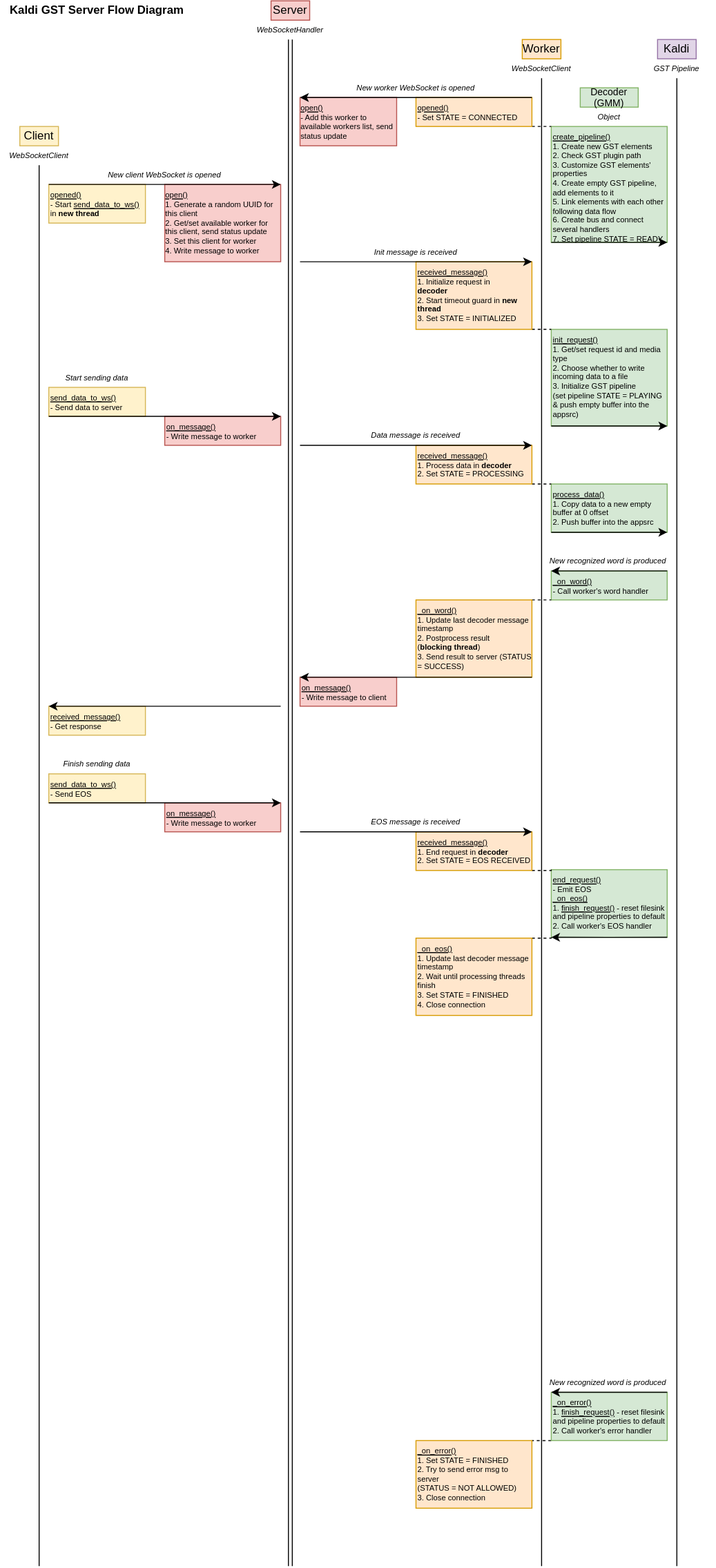
The draw.io diagram drawio/kaldi-gst-server-flow.svg in alkazap/kaldi-gstreamer-server, before a commit. Source tidied: cells renumbered, new cells last; positions are measured from the earlier drawing's top-left corner, leaving out a move shared by most shapes.
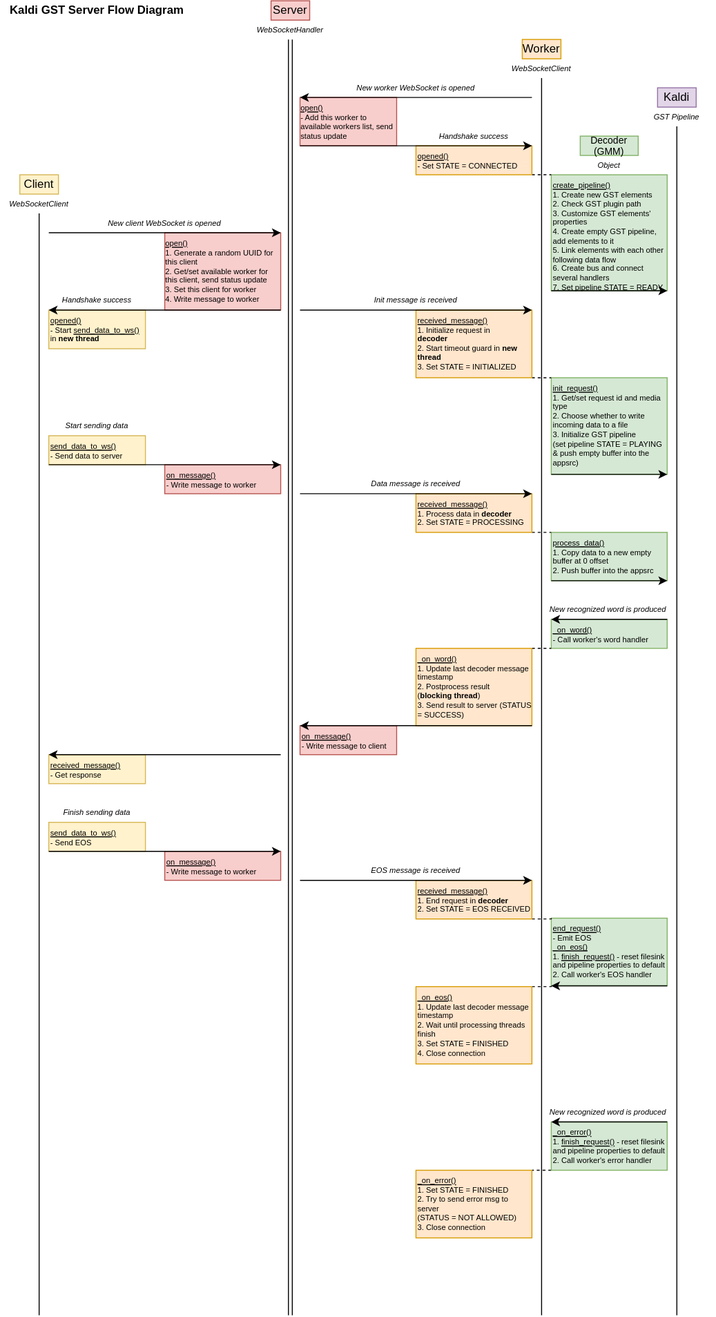
Above is the later version.

The edit, as a diff of the source:
```diff
@@ -3,7 +3,7 @@
     <mxCell id="0" />
     <mxCell id="1" parent="0" />
     <mxCell id="2" value="&lt;span style=&quot;white-space: nowrap&quot;&gt;New worker WebSocket is opened&lt;/span&gt;" style="text;html=1;strokeColor=none;fillColor=none;align=center;verticalAlign=middle;whiteSpace=wrap;rounded=0;fontSize=8;fontStyle=2;" parent="1" vertex="1">
-      <mxGeometry x="310" y="80" width="240" height="20" as="geometry" />
+      <mxGeometry x="310" y="30" width="240" height="20" as="geometry" />
     </mxCell>
     <mxCell id="3" value="&lt;span style=&quot;white-space: nowrap&quot;&gt;New client WebSocket is opened&lt;/span&gt;" style="text;html=1;strokeColor=none;fillColor=none;align=center;verticalAlign=middle;whiteSpace=wrap;rounded=0;fontSize=8;fontStyle=2;" parent="1" vertex="1">
       <mxGeometry x="50" y="170" width="240" height="20" as="geometry" />
@@ -39,55 +39,54 @@
       <mxGeometry x="50" y="730" width="100" height="30" as="geometry" />
     </mxCell>
     <mxCell id="14" value="&lt;div style=&quot;font-size: 8px&quot;&gt;&lt;span style=&quot;font-size: 8px&quot;&gt;&lt;u&gt;opened()&lt;/u&gt;&lt;/span&gt;&lt;/div&gt;&lt;div style=&quot;font-size: 8px&quot;&gt;&lt;span style=&quot;font-size: 8px&quot;&gt;- Start &lt;u&gt;send_data_to_ws()&lt;/u&gt; in &lt;b&gt;new thread&lt;/b&gt;&lt;/span&gt;&lt;/div&gt;" style="text;html=1;strokeColor=#d6b656;fillColor=#fff2cc;align=left;verticalAlign=top;whiteSpace=wrap;rounded=0;fontSize=8;fontStyle=0;" parent="1" vertex="1">
-      <mxGeometry x="50" y="190" width="100" height="40" as="geometry" />
+      <mxGeometry x="50" y="270" width="100" height="40" as="geometry" />
     </mxCell>
     <mxCell id="15" value="&lt;div style=&quot;font-size: 8px&quot;&gt;&lt;span style=&quot;font-size: 8px&quot;&gt;&lt;u&gt;on_message()&lt;/u&gt;&lt;/span&gt;&lt;/div&gt;&lt;font style=&quot;font-size: 8px&quot;&gt;- Write&lt;span&gt;&amp;nbsp;message to worker&lt;/span&gt;&lt;br&gt;&lt;/font&gt;" style="text;html=1;strokeColor=#b85450;fillColor=#f8cecc;align=left;verticalAlign=top;whiteSpace=wrap;rounded=0;fontSize=8;" parent="1" vertex="1">
       <mxGeometry x="170" y="430" width="120" height="30" as="geometry" />
     </mxCell>
     <mxCell id="16" style="shape=link;html=1;startArrow=none;startFill=0;endArrow=classic;endFill=1;strokeWidth=1;fontSize=12;entryX=0.5;entryY=1;entryDx=0;entryDy=0;" parent="1" edge="1" target="28">
       <mxGeometry relative="1" as="geometry">
-        <mxPoint x="300" y="1620" as="sourcePoint" />
+        <mxPoint x="300" y="1310" as="sourcePoint" />
       </mxGeometry>
     </mxCell>
     <mxCell id="17" value="Server" style="text;html=1;strokeColor=#b85450;fillColor=#f8cecc;align=center;verticalAlign=middle;whiteSpace=wrap;rounded=0;strokeWidth=1;" parent="1" vertex="1">
-      <mxGeometry x="280" width="40" height="20" as="geometry" />
+      <mxGeometry x="280" y="-50" width="40" height="20" as="geometry" />
     </mxCell>
     <mxCell id="18" value="Worker" style="text;html=1;strokeColor=#d79b00;fillColor=#ffe6cc;align=center;verticalAlign=middle;whiteSpace=wrap;rounded=0;strokeWidth=1;" parent="1" vertex="1">
-      <mxGeometry x="540" y="40" width="40" height="20" as="geometry" />
+      <mxGeometry x="540" y="-10" width="40" height="20" as="geometry" />
     </mxCell>
     <mxCell id="19" value="Client" style="text;html=1;align=center;verticalAlign=middle;whiteSpace=wrap;rounded=0;strokeColor=#d6b656;strokeWidth=1;fillColor=#fff2cc;" parent="1" vertex="1">
       <mxGeometry x="20" y="130" width="40" height="20" as="geometry" />
     </mxCell>
     <mxCell id="20" style="endArrow=none;html=1;strokeWidth=1;fontSize=12;entryX=0.5;entryY=1;entryDx=0;entryDy=0;" parent="1" edge="1" target="26">
       <mxGeometry relative="1" as="geometry">
-        <mxPoint x="40" y="1620" as="sourcePoint" />
+        <mxPoint x="40" y="1310" as="sourcePoint" />
       </mxGeometry>
     </mxCell>
     <mxCell id="21" style="endArrow=none;html=1;strokeWidth=1;fontSize=12;entryX=0.5;entryY=1;entryDx=0;entryDy=0;" parent="1" edge="1" target="27">
       <mxGeometry relative="1" as="geometry">
-        <mxPoint x="560" y="1620" as="sourcePoint" />
+        <mxPoint x="560" y="1310" as="sourcePoint" />
       </mxGeometry>
     </mxCell>
     <mxCell id="22" value="&lt;div style=&quot;text-align: left ; font-size: 8px&quot;&gt;&lt;span style=&quot;font-size: 8px&quot;&gt;&lt;u&gt;open()&lt;/u&gt;&lt;/span&gt;&lt;/div&gt;&lt;font style=&quot;font-size: 8px&quot;&gt;&lt;div style=&quot;text-align: left ; font-size: 8px&quot;&gt;&lt;span style=&quot;font-size: 8px&quot;&gt;1. Generate a random UUID for this client&lt;/span&gt;&lt;/div&gt;&lt;div style=&quot;text-align: left ; font-size: 8px&quot;&gt;&lt;span style=&quot;font-size: 8px&quot;&gt;2. Get/set available worker for this&amp;nbsp;&lt;/span&gt;&lt;span&gt;client, send status update&lt;/span&gt;&lt;/div&gt;&lt;div style=&quot;text-align: left ; font-size: 8px&quot;&gt;&lt;span style=&quot;font-size: 8px&quot;&gt;3. Set this client for worker&lt;/span&gt;&lt;/div&gt;&lt;div style=&quot;text-align: left ; font-size: 8px&quot;&gt;&lt;span style=&quot;font-size: 8px&quot;&gt;4. Write message to worker&lt;/span&gt;&lt;/div&gt;&lt;/font&gt;" style="text;html=1;strokeColor=#b85450;fillColor=#f8cecc;align=center;verticalAlign=top;whiteSpace=wrap;rounded=0;fontSize=8;fontStyle=0;" parent="1" vertex="1">
       <mxGeometry x="170" y="190" width="120" height="80" as="geometry" />
     </mxCell>
     <mxCell id="23" value="&lt;div style=&quot;text-align: left ; font-size: 8px&quot;&gt;&lt;span style=&quot;font-size: 8px&quot;&gt;&lt;u&gt;open()&lt;/u&gt;&lt;/span&gt;&lt;/div&gt;&lt;font style=&quot;font-size: 8px&quot;&gt;&lt;div style=&quot;text-align: left ; font-size: 8px&quot;&gt;&lt;span style=&quot;font-size: 8px&quot;&gt;- Add this worker to available workers list, send status update&lt;/span&gt;&lt;/div&gt;&lt;/font&gt;" style="text;html=1;strokeColor=#b85450;fillColor=#f8cecc;align=center;verticalAlign=top;whiteSpace=wrap;rounded=0;fontSize=8;" parent="1" vertex="1">
-      <mxGeometry x="310" y="100" width="100" height="50" as="geometry" />
+      <mxGeometry x="310" y="50" width="100" height="50" as="geometry" />
     </mxCell>
-    <mxCell id="24" style="endArrow=classic;html=1;strokeWidth=1;fontSize=8;entryX=0;entryY=0;entryDx=0;entryDy=0;exitX=1;exitY=0;exitDx=0;exitDy=0;" parent="1" edge="1" source="8" target="23">
-      <mxGeometry relative="1" as="geometry" />
+    <mxCell id="24" style="endArrow=classic;html=1;strokeWidth=1;fontSize=8;entryX=0;entryY=0;entryDx=0;entryDy=0;exitX=1;exitY=0;exitDx=0;exitDy=0;" parent="1" edge="1" target="23">
+      <mxGeometry relative="1" as="geometry">
+        <mxPoint x="550" y="50" as="sourcePoint" />
+      </mxGeometry>
     </mxCell>
-    <mxCell id="25" style="endArrow=classic;html=1;strokeWidth=1;fontSize=8;entryX=1;entryY=0;entryDx=0;entryDy=0;exitX=0;exitY=0;exitDx=0;exitDy=0;" parent="1" edge="1" source="14" target="22">
-      <mxGeometry relative="1" as="geometry" />
-    </mxCell>
     <mxCell id="26" value="&lt;span style=&quot;white-space: nowrap&quot;&gt;WebSocketClient&lt;/span&gt;" style="text;html=1;strokeColor=none;fillColor=none;align=center;verticalAlign=middle;whiteSpace=wrap;rounded=0;fontSize=8;fontStyle=2;" parent="1" vertex="1">
       <mxGeometry y="150" width="80" height="20" as="geometry" />
     </mxCell>
     <mxCell id="27" value="&lt;span style=&quot;white-space: nowrap&quot;&gt;WebSocketClient&lt;/span&gt;" style="text;html=1;strokeColor=none;fillColor=none;align=center;verticalAlign=middle;whiteSpace=wrap;rounded=0;fontSize=8;fontStyle=2;" parent="1" vertex="1">
-      <mxGeometry x="520" y="60" width="80" height="20" as="geometry" />
+      <mxGeometry x="520" y="10" width="80" height="20" as="geometry" />
     </mxCell>
     <mxCell id="28" value="&lt;span style=&quot;white-space: nowrap&quot;&gt;WebSocketHandler&lt;/span&gt;" style="text;html=1;strokeColor=none;fillColor=none;align=center;verticalAlign=middle;whiteSpace=wrap;rounded=0;fontSize=8;fontStyle=2;" parent="1" vertex="1">
-      <mxGeometry x="260" y="20" width="80" height="20" as="geometry" />
+      <mxGeometry x="260" y="-30" width="80" height="20" as="geometry" />
     </mxCell>
     <mxCell id="29" value="&lt;div style=&quot;font-size: 8px&quot;&gt;&lt;span style=&quot;font-size: 8px&quot;&gt;&lt;u&gt;on_message()&lt;/u&gt;&lt;/span&gt;&lt;/div&gt;&lt;font style=&quot;font-size: 8px&quot;&gt;- Write&lt;span&gt;&amp;nbsp;message to client&lt;/span&gt;&lt;br&gt;&lt;/font&gt;" style="text;html=1;strokeColor=#b85450;fillColor=#f8cecc;align=left;verticalAlign=top;whiteSpace=wrap;rounded=0;fontSize=8;" parent="1" vertex="1">
       <mxGeometry x="310" y="700" width="100" height="30" as="geometry" />
@@ -121,7 +120,7 @@
     </mxCell>
     <mxCell id="37" style="endArrow=none;html=1;strokeWidth=1;fontSize=12;entryX=0.5;entryY=1;entryDx=0;entryDy=0;" parent="1" edge="1" target="39">
       <mxGeometry relative="1" as="geometry">
-        <mxPoint x="700" y="1620" as="sourcePoint" />
+        <mxPoint x="700" y="1310" as="sourcePoint" />
       </mxGeometry>
     </mxCell>
     <mxCell id="38" value="Kaldi" style="text;html=1;strokeColor=#9673a6;fillColor=#e1d5e7;align=center;verticalAlign=middle;whiteSpace=wrap;rounded=0;strokeWidth=1;" parent="1" vertex="1">
@@ -173,7 +172,7 @@
       </mxGeometry>
     </mxCell>
     <mxCell id="49" value="Kaldi GST Server Flow Diagram" style="text;html=1;strokeColor=none;fillColor=none;align=center;verticalAlign=middle;whiteSpace=wrap;rounded=0;fontSize=12;fontStyle=1;" parent="1" vertex="1">
-      <mxGeometry width="200" height="20" as="geometry" />
+      <mxGeometry y="-50" width="200" height="20" as="geometry" />
     </mxCell>
     <mxCell id="50" value="&lt;div style=&quot;font-size: 8px&quot;&gt;&lt;span style=&quot;font-size: 8px&quot;&gt;&lt;u&gt;end_request()&lt;/u&gt;&lt;/span&gt;&lt;/div&gt;&lt;font style=&quot;font-size: 8px&quot;&gt;&lt;div style=&quot;font-size: 8px&quot;&gt;- Emit EOS&lt;/div&gt;&lt;div style=&quot;font-size: 8px&quot;&gt;&lt;u&gt;_on_eos()&lt;/u&gt;&lt;/div&gt;&lt;div style=&quot;font-size: 8px&quot;&gt;1.&amp;nbsp;&lt;u&gt;finish_request()&lt;/u&gt;&lt;span&gt; - reset filesink and pipeline properties to default&lt;/span&gt;&lt;/div&gt;&lt;div style=&quot;font-size: 8px&quot;&gt;2. Call worker's EOS handler&lt;/div&gt;&lt;div style=&quot;font-size: 8px&quot;&gt;&lt;br&gt;&lt;/div&gt;&lt;/font&gt;" style="text;html=1;strokeColor=#82b366;fillColor=#d5e8d4;align=left;verticalAlign=top;whiteSpace=wrap;rounded=0;fontSize=8;fontStyle=0;" parent="1" vertex="1">
       <mxGeometry x="570" y="899.2" width="120" height="70" as="geometry" />
@@ -225,20 +224,20 @@
       <mxGeometry relative="1" as="geometry" />
     </mxCell>
     <mxCell id="64" value="&lt;div style=&quot;font-size: 8px&quot;&gt;&lt;u&gt;_on_error()&lt;/u&gt;&lt;br&gt;&lt;/div&gt;&lt;font style=&quot;font-size: 8px&quot;&gt;&lt;div style=&quot;font-size: 8px&quot;&gt;1.&amp;nbsp;&lt;u&gt;finish_request()&lt;/u&gt;&lt;span&gt; - reset filesink and pipeline properties to default&lt;/span&gt;&lt;/div&gt;&lt;div style=&quot;font-size: 8px&quot;&gt;2. Call worker's error handler&lt;/div&gt;&lt;div style=&quot;font-size: 8px&quot;&gt;&lt;br&gt;&lt;/div&gt;&lt;/font&gt;" style="text;html=1;strokeColor=#82b366;fillColor=#d5e8d4;align=left;verticalAlign=top;whiteSpace=wrap;rounded=0;fontSize=8;fontStyle=0;" parent="1" vertex="1">
-      <mxGeometry x="570" y="1440" width="120" height="50" as="geometry" />
+      <mxGeometry x="570" y="1110" width="120" height="50" as="geometry" />
     </mxCell>
     <mxCell id="65" style="edgeStyle=orthogonalEdgeStyle;rounded=0;orthogonalLoop=1;jettySize=auto;html=1;exitX=1;exitY=0;exitDx=0;exitDy=0;entryX=0;entryY=0;entryDx=0;entryDy=0;endArrow=classic;endFill=1;fontSize=10;" parent="1" edge="1" source="64" target="64">
       <mxGeometry relative="1" as="geometry">
         <Array as="points">
-          <mxPoint x="690" y="1440" />
+          <mxPoint x="690" y="1110" />
         </Array>
       </mxGeometry>
     </mxCell>
     <mxCell id="66" value="&lt;div style=&quot;font-size: 8px&quot;&gt;&lt;span style=&quot;font-size: 8px&quot;&gt;&lt;u&gt;_on_error()&lt;/u&gt;&lt;/span&gt;&lt;/div&gt;&lt;font style=&quot;font-size: 8px&quot;&gt;&lt;div style=&quot;font-size: 8px&quot;&gt;1. Set STATE = FINISHED&lt;/div&gt;&lt;div style=&quot;font-size: 8px&quot;&gt;2. Try to send error msg to server&amp;nbsp;&lt;/div&gt;&lt;div style=&quot;font-size: 8px&quot;&gt;(STATUS = NOT ALLOWED)&lt;/div&gt;&lt;div style=&quot;font-size: 8px&quot;&gt;3. Close connection&lt;/div&gt;&lt;/font&gt;" style="text;html=1;strokeColor=#d79b00;fillColor=#ffe6cc;align=left;verticalAlign=top;whiteSpace=wrap;rounded=0;fontSize=8;fontStyle=0;" parent="1" vertex="1">
-      <mxGeometry x="430" y="1490" width="120" height="70" as="geometry" />
+      <mxGeometry x="430" y="1160" width="120" height="70" as="geometry" />
     </mxCell>
     <mxCell id="67" value="New recognized word is produced&amp;nbsp;" style="text;html=1;strokeColor=none;fillColor=none;align=center;verticalAlign=middle;whiteSpace=wrap;rounded=0;fontSize=8;fontStyle=2;" parent="1" vertex="1">
-      <mxGeometry x="560" y="1420" width="140" height="20" as="geometry" />
+      <mxGeometry x="560" y="1090" width="140" height="20" as="geometry" />
     </mxCell>
     <mxCell id="68" value="Finish sending data" style="text;html=1;strokeColor=none;fillColor=none;align=center;verticalAlign=middle;whiteSpace=wrap;rounded=0;fontSize=8;fontStyle=2;" parent="1" vertex="1">
       <mxGeometry x="50" y="780" width="100" height="20" as="geometry" />
@@ -246,5 +245,36 @@
     <mxCell id="69" value="Start sending data" style="text;html=1;strokeColor=none;fillColor=none;align=center;verticalAlign=middle;whiteSpace=wrap;rounded=0;fontSize=8;fontStyle=2;" parent="1" vertex="1">
       <mxGeometry x="50" y="380" width="100" height="20" as="geometry" />
     </mxCell>
+    <mxCell id="70" style="edgeStyle=orthogonalEdgeStyle;rounded=0;jettySize=auto;html=1;exitX=0;exitY=1;exitDx=0;exitDy=0;entryX=1;entryY=0;entryDx=0;entryDy=0;" parent="1" edge="1" source="23" target="8">
+      <mxGeometry relative="1" as="geometry">
+        <Array as="points">
+          <mxPoint x="500" y="100" />
+          <mxPoint x="500" y="100" />
+        </Array>
+      </mxGeometry>
+    </mxCell>
+    <mxCell id="71" style="edgeStyle=orthogonalEdgeStyle;rounded=0;jettySize=auto;html=1;exitX=1;exitY=1;exitDx=0;exitDy=0;entryX=0;entryY=0;entryDx=0;entryDy=0;" parent="1" edge="1" source="22" target="14">
+      <mxGeometry relative="1" as="geometry">
+        <Array as="points">
+          <mxPoint x="100" y="270" />
+          <mxPoint x="100" y="270" />
+        </Array>
+      </mxGeometry>
+    </mxCell>
+    <mxCell id="72" style="edgeStyle=orthogonalEdgeStyle;rounded=0;jettySize=auto;html=1;exitX=1;exitY=0;exitDx=0;exitDy=0;entryX=1;entryY=0;entryDx=0;entryDy=0;" parent="1" edge="1" target="22">
+      <mxGeometry relative="1" as="geometry">
+        <mxPoint x="50" y="190" as="sourcePoint" />
+        <Array as="points">
+          <mxPoint x="200" y="190" />
+          <mxPoint x="200" y="190" />
+        </Array>
+      </mxGeometry>
+    </mxCell>
+    <mxCell id="73" value="&lt;span style=&quot;white-space: nowrap&quot;&gt;Handshake success&lt;/span&gt;" style="text;html=1;strokeColor=none;fillColor=none;align=center;verticalAlign=middle;whiteSpace=wrap;rounded=0;fontSize=8;fontStyle=2;" parent="1" vertex="1">
+      <mxGeometry x="430" y="80" width="120" height="20" as="geometry" />
+    </mxCell>
+    <mxCell id="74" value="&lt;span style=&quot;white-space: nowrap&quot;&gt;Handshake success&lt;/span&gt;" style="text;html=1;strokeColor=none;fillColor=none;align=center;verticalAlign=middle;whiteSpace=wrap;rounded=0;fontSize=8;fontStyle=2;" parent="1" vertex="1">
+      <mxGeometry x="50" y="250" width="100" height="20" as="geometry" />
+    </mxCell>
   </root>
 </mxGraphModel>
```
